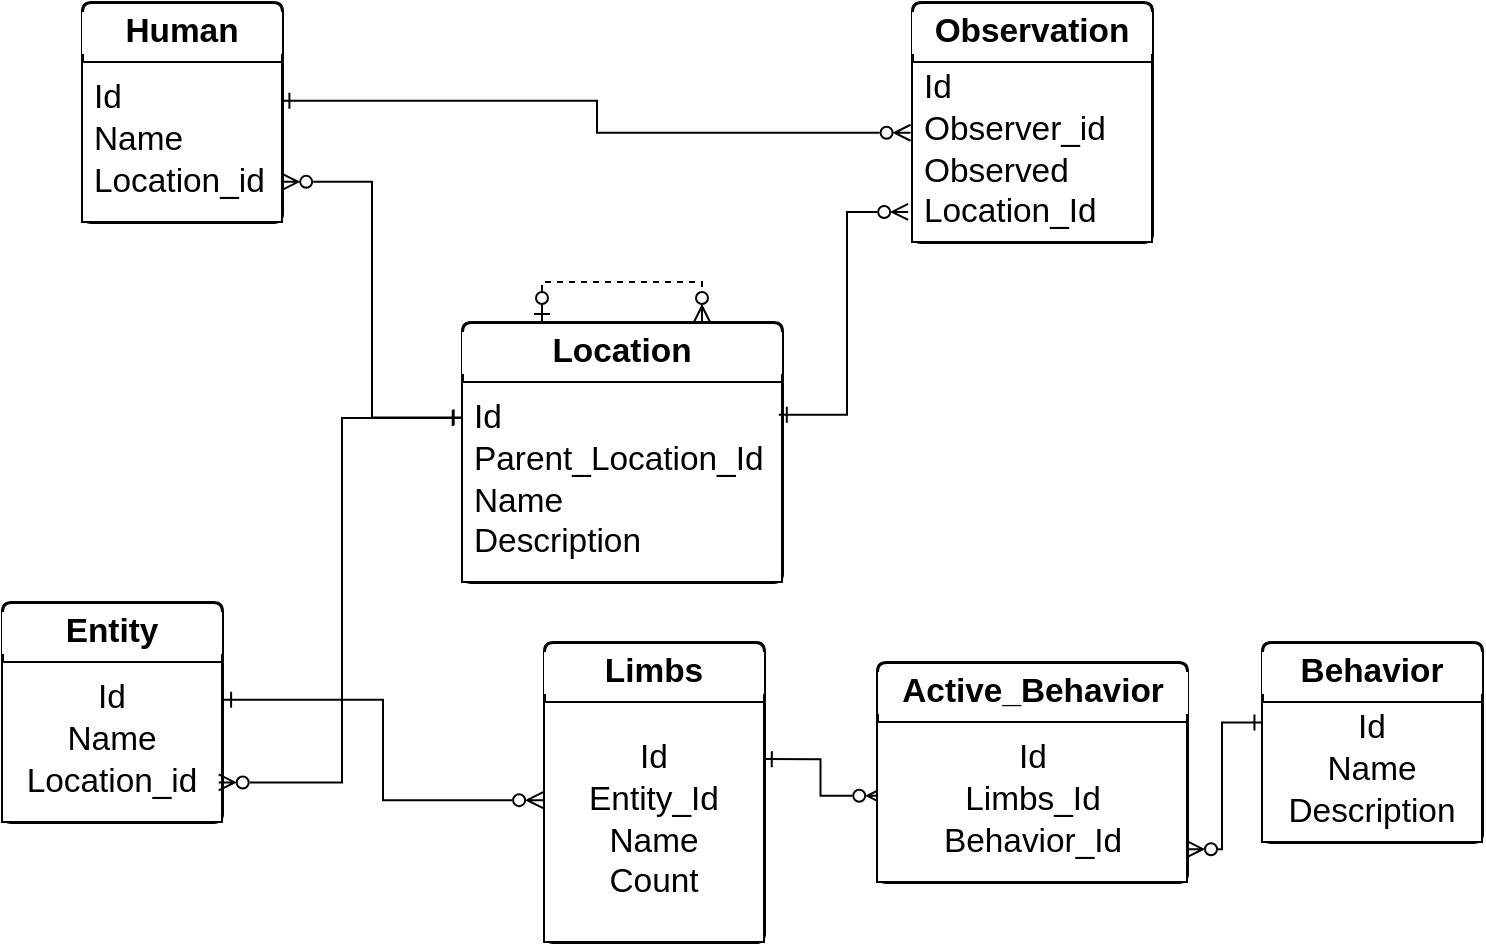
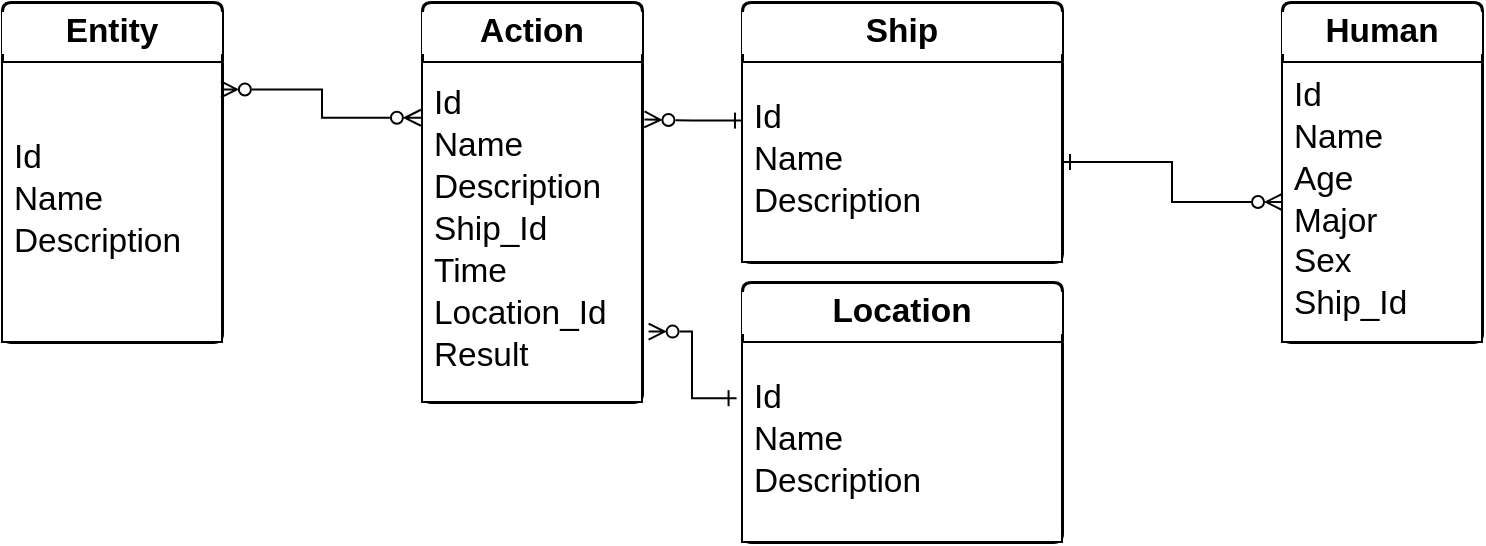
- <mxfile host="Electron" agent="Mozilla/5.0 (Windows NT 10.0; Win64; x64) AppleWebKit/537.36 (KHTML, like Gecko) draw.io/29.0.3 Chrome/140.0.7339.249 Electron/38.7.0 Safari/537.36" version="29.0.3">
+ <mxfile host="Electron" agent="Mozilla/5.0 (Windows NT 10.0; Win64; x64) AppleWebKit/537.36 (KHTML, like Gecko) draw.io/29.2.9 Chrome/140.0.7339.249 Electron/38.7.2 Safari/537.36" version="29.2.9">
  <diagram name="Страница-1" id="8GCiKMp58gubuejLVi_N">
-     <mxGraphModel dx="354" dy="691" grid="1" gridSize="10" guides="1" tooltips="1" connect="1" arrows="1" fold="1" page="1" pageScale="1" pageWidth="827" pageHeight="1169" math="0" shadow="0">
+     <mxGraphModel dx="925" dy="661" grid="1" gridSize="10" guides="1" tooltips="1" connect="1" arrows="1" fold="1" page="1" pageScale="1" pageWidth="827" pageHeight="1169" math="0" shadow="0">
      <root>
        <mxCell id="0" />
        <mxCell id="1" parent="0" />
-         <mxCell id="qf7KGY2JOOSaYyycN9dM-10" value="&lt;font style=&quot;&quot;&gt;&lt;span style=&quot;font-size: 16.7px;&quot;&gt;Location&lt;/span&gt;&lt;/font&gt;" style="html=1;overflow=block;blockSpacing=1;swimlane;childLayout=stackLayout;horizontal=1;horizontalStack=0;resizeParent=1;resizeParentMax=0;resizeLast=0;collapsible=0;marginBottom=0;swimlaneFillColor=#ffffff;startSize=30;whiteSpace=wrap;fontSize=16.7;fontStyle=1;align=center;spacing=0;strokeOpacity=100;fillOpacity=100;rounded=1;absoluteArcSize=1;arcSize=9;strokeWidth=1.5;fontColor=#000000;labelBackgroundColor=#FFFFFF;" parent="1" vertex="1">
-           <mxGeometry x="1090" y="279.9999999999999" width="160" height="130" as="geometry" />
+         <mxCell id="qf7KGY2JOOSaYyycN9dM-10" parent="1" style="html=1;overflow=block;blockSpacing=1;swimlane;childLayout=stackLayout;horizontal=1;horizontalStack=0;resizeParent=1;resizeParentMax=0;resizeLast=0;collapsible=0;marginBottom=0;swimlaneFillColor=#ffffff;startSize=30;whiteSpace=wrap;fontSize=16.7;fontStyle=1;align=center;spacing=0;strokeOpacity=100;fillOpacity=100;rounded=1;absoluteArcSize=1;arcSize=9;strokeWidth=1.5;fontColor=#000000;labelBackgroundColor=#FFFFFF;" value="&lt;font style=&quot;&quot;&gt;&lt;span style=&quot;font-size: 16.7px;&quot;&gt;Location&lt;/span&gt;&lt;/font&gt;" vertex="1">
+           <mxGeometry height="130" width="160" x="580" y="549.9999999999999" as="geometry" />
        </mxCell>
-         <mxCell id="qf7KGY2JOOSaYyycN9dM-11" value="&lt;div style=&quot;display: flex; justify-content: center; align-items: baseline; line-height: 1.25; margin-top: -2px;&quot;&gt;&lt;span style=&quot;font-size: 16.7px;&quot;&gt;Id&lt;br&gt;Parent_Location_Id&lt;br&gt;Name&lt;br&gt;Description&lt;/span&gt;&lt;/div&gt;" style="part=1;html=1;resizeHeight=0;align=left;verticalAlign=middle;spacingLeft=4;spacingRight=4;overflow=hidden;rotatable=0;points=[[0,0.5],[1,0.5]];portConstraint=eastwest;swimlaneFillColor=#ffffff;strokeOpacity=100;fillOpacity=100;whiteSpace=wrap;fontSize=16.7;fontColor=#000000;labelBackgroundColor=#FFFFFF;" parent="qf7KGY2JOOSaYyycN9dM-10" vertex="1">
-           <mxGeometry y="30" width="160" height="100" as="geometry" />
+         <mxCell id="qf7KGY2JOOSaYyycN9dM-11" parent="qf7KGY2JOOSaYyycN9dM-10" style="part=1;html=1;resizeHeight=0;align=left;verticalAlign=middle;spacingLeft=4;spacingRight=4;overflow=hidden;rotatable=0;points=[[0,0.5],[1,0.5]];portConstraint=eastwest;swimlaneFillColor=#ffffff;strokeOpacity=100;fillOpacity=100;whiteSpace=wrap;fontSize=16.7;fontColor=#000000;labelBackgroundColor=#FFFFFF;" value="&lt;div style=&quot;display: flex; justify-content: center; align-items: baseline; line-height: 1.25; margin-top: -2px;&quot;&gt;&lt;span style=&quot;font-size: 16.7px;&quot;&gt;Id&lt;br&gt;Name&lt;br&gt;Description&lt;/span&gt;&lt;/div&gt;" vertex="1">
+           <mxGeometry height="100" width="160" y="30" as="geometry" />
        </mxCell>
-         <mxCell id="qf7KGY2JOOSaYyycN9dM-12" value="&lt;span style=&quot;font-size: 16.7px;&quot;&gt;Entity&lt;/span&gt;" style="html=1;overflow=block;blockSpacing=1;swimlane;childLayout=stackLayout;horizontal=1;horizontalStack=0;resizeParent=1;resizeParentMax=0;resizeLast=0;collapsible=0;marginBottom=0;swimlaneFillColor=#ffffff;startSize=30;whiteSpace=wrap;fontSize=16.7;fontStyle=1;align=center;spacing=0;strokeOpacity=100;fillOpacity=100;rounded=1;absoluteArcSize=1;arcSize=9;strokeWidth=1.5;fontColor=#000000;labelBackgroundColor=#FFFFFF;" parent="1" vertex="1">
-           <mxGeometry x="860" y="419.9999999999999" width="110" height="110" as="geometry" />
+         <mxCell id="qf7KGY2JOOSaYyycN9dM-12" parent="1" style="html=1;overflow=block;blockSpacing=1;swimlane;childLayout=stackLayout;horizontal=1;horizontalStack=0;resizeParent=1;resizeParentMax=0;resizeLast=0;collapsible=0;marginBottom=0;swimlaneFillColor=#ffffff;startSize=30;whiteSpace=wrap;fontSize=16.7;fontStyle=1;align=center;spacing=0;strokeOpacity=100;fillOpacity=100;rounded=1;absoluteArcSize=1;arcSize=9;strokeWidth=1.5;fontColor=#000000;labelBackgroundColor=#FFFFFF;" value="&lt;span style=&quot;font-size: 16.7px;&quot;&gt;Entity&lt;/span&gt;" vertex="1">
+           <mxGeometry height="170" width="110" x="210" y="409.9999999999999" as="geometry" />
        </mxCell>
-         <mxCell id="qf7KGY2JOOSaYyycN9dM-13" value="&lt;div style=&quot;display: flex; justify-content: center; align-items: baseline; line-height: 1.25; margin-top: -2px;&quot;&gt;&lt;span style=&quot;font-size: 0px;&quot;&gt;&lt;span style=&quot;font-size: 16.7px;&quot;&gt;&lt;font style=&quot;&quot;&gt;Id&lt;br&gt;Name&lt;br&gt;Location_id&lt;/font&gt;&lt;/span&gt;&lt;/span&gt;&lt;/div&gt;" style="part=1;html=1;resizeHeight=0;align=center;verticalAlign=middle;spacingLeft=4;spacingRight=4;overflow=hidden;rotatable=0;points=[[0,0.5],[1,0.5]];portConstraint=eastwest;swimlaneFillColor=#ffffff;strokeOpacity=100;fillOpacity=100;whiteSpace=wrap;fontSize=16.7;fontColor=#000000;labelBackgroundColor=#FFFFFF;" parent="qf7KGY2JOOSaYyycN9dM-12" vertex="1">
-           <mxGeometry y="30" width="110" height="80" as="geometry" />
+         <mxCell id="qf7KGY2JOOSaYyycN9dM-13" parent="qf7KGY2JOOSaYyycN9dM-12" style="part=1;html=1;resizeHeight=0;align=left;verticalAlign=middle;spacingLeft=4;spacingRight=4;overflow=hidden;rotatable=0;points=[[0,0.5],[1,0.5]];portConstraint=eastwest;swimlaneFillColor=#ffffff;strokeOpacity=100;fillOpacity=100;whiteSpace=wrap;fontSize=16.7;fontColor=#000000;labelBackgroundColor=#FFFFFF;" value="&lt;div style=&quot;display: flex; justify-content: center; align-items: baseline; line-height: 1.25; margin-top: -2px;&quot;&gt;&lt;span style=&quot;font-size: 0px;&quot;&gt;&lt;span style=&quot;font-size: 16.7px;&quot;&gt;&lt;font style=&quot;&quot;&gt;Id&lt;br&gt;Name&lt;br&gt;Description&lt;br&gt;&lt;/font&gt;&lt;/span&gt;&lt;/span&gt;&lt;/div&gt;" vertex="1">
+           <mxGeometry height="140" width="110" y="30" as="geometry" />
        </mxCell>
-         <mxCell id="qf7KGY2JOOSaYyycN9dM-16" value="&lt;font style=&quot;&quot;&gt;&lt;span style=&quot;font-size: 16.7px;&quot;&gt;Observation&lt;/span&gt;&lt;/font&gt;" style="html=1;overflow=block;blockSpacing=1;swimlane;childLayout=stackLayout;horizontal=1;horizontalStack=0;resizeParent=1;resizeParentMax=0;resizeLast=0;collapsible=0;marginBottom=0;swimlaneFillColor=#ffffff;startSize=30;whiteSpace=wrap;fontSize=16.7;fontStyle=1;align=center;spacing=0;strokeOpacity=100;fillOpacity=100;rounded=1;absoluteArcSize=1;arcSize=9;strokeWidth=1.5;fontColor=#000000;labelBackgroundColor=#FFFFFF;" parent="1" vertex="1">
-           <mxGeometry x="1315" y="120" width="120" height="120" as="geometry" />
+         <mxCell id="qf7KGY2JOOSaYyycN9dM-18" parent="1" style="html=1;overflow=block;blockSpacing=1;swimlane;childLayout=stackLayout;horizontal=1;horizontalStack=0;resizeParent=1;resizeParentMax=0;resizeLast=0;collapsible=0;marginBottom=0;swimlaneFillColor=#ffffff;startSize=30;whiteSpace=wrap;fontSize=16.7;fontStyle=1;align=center;spacing=0;strokeOpacity=100;fillOpacity=100;rounded=1;absoluteArcSize=1;arcSize=9;strokeWidth=1.5;fontColor=#000000;labelBackgroundColor=#FFFFFF;" value="&lt;span style=&quot;font-size: 16.7px;&quot;&gt;Human&lt;/span&gt;" vertex="1">
+           <mxGeometry height="170" width="100" x="850" y="410" as="geometry" />
        </mxCell>
-         <mxCell id="qf7KGY2JOOSaYyycN9dM-17" value="&lt;div style=&quot;display: flex; justify-content: center; align-items: baseline; line-height: 1.25; margin-top: -2px;&quot;&gt;&lt;span style=&quot;font-size: 16.7px;&quot;&gt;Id&lt;br&gt;Observer_id&lt;br&gt;Observed&lt;br&gt;Location_Id&lt;/span&gt;&lt;/div&gt;" style="part=1;html=1;resizeHeight=0;align=left;verticalAlign=middle;spacingLeft=4;spacingRight=4;overflow=hidden;rotatable=0;points=[[0,0.5],[1,0.5]];portConstraint=eastwest;swimlaneFillColor=#ffffff;strokeOpacity=100;fillOpacity=100;whiteSpace=wrap;fontSize=16.7;fontColor=#000000;labelBackgroundColor=#FFFFFF;" parent="qf7KGY2JOOSaYyycN9dM-16" vertex="1">
-           <mxGeometry y="30" width="120" height="90" as="geometry" />
+         <mxCell id="qf7KGY2JOOSaYyycN9dM-19" parent="qf7KGY2JOOSaYyycN9dM-18" style="part=1;html=1;resizeHeight=0;align=left;verticalAlign=middle;spacingLeft=4;spacingRight=4;overflow=hidden;rotatable=0;points=[[0,0.5],[1,0.5]];portConstraint=eastwest;swimlaneFillColor=#ffffff;strokeOpacity=100;fillOpacity=100;whiteSpace=wrap;fontSize=16.7;fontColor=#000000;labelBackgroundColor=#FFFFFF;" value="&lt;div style=&quot;display: flex; justify-content: center; align-items: baseline; line-height: 1.25; margin-top: -2px;&quot;&gt;&lt;span style=&quot;font-size: 0px;&quot;&gt;&lt;span style=&quot;font-size: 16.7px;&quot;&gt;&lt;font style=&quot;&quot;&gt;Id&lt;br&gt;Name&lt;br&gt;Age&lt;br&gt;Major&lt;br&gt;Sex&lt;br&gt;Ship_Id&lt;br&gt;&lt;/font&gt;&lt;/span&gt;&lt;/span&gt;&lt;/div&gt;" vertex="1">
+           <mxGeometry height="140" width="100" y="30" as="geometry" />
        </mxCell>
-         <mxCell id="qf7KGY2JOOSaYyycN9dM-18" value="&lt;span style=&quot;font-size: 16.7px;&quot;&gt;Human&lt;/span&gt;" style="html=1;overflow=block;blockSpacing=1;swimlane;childLayout=stackLayout;horizontal=1;horizontalStack=0;resizeParent=1;resizeParentMax=0;resizeLast=0;collapsible=0;marginBottom=0;swimlaneFillColor=#ffffff;startSize=30;whiteSpace=wrap;fontSize=16.7;fontStyle=1;align=center;spacing=0;strokeOpacity=100;fillOpacity=100;rounded=1;absoluteArcSize=1;arcSize=9;strokeWidth=1.5;fontColor=#000000;labelBackgroundColor=#FFFFFF;" parent="1" vertex="1">
-           <mxGeometry x="900" y="120" width="100" height="110" as="geometry" />
+         <mxCell id="xLevBXpP2aPDaMtfGuZ--1" parent="1" style="html=1;overflow=block;blockSpacing=1;swimlane;childLayout=stackLayout;horizontal=1;horizontalStack=0;resizeParent=1;resizeParentMax=0;resizeLast=0;collapsible=0;marginBottom=0;swimlaneFillColor=#ffffff;startSize=30;whiteSpace=wrap;fontSize=16.7;fontStyle=1;align=center;spacing=0;strokeOpacity=100;fillOpacity=100;rounded=1;absoluteArcSize=1;arcSize=9;strokeWidth=1.5;fontColor=#000000;labelBackgroundColor=#FFFFFF;" value="&lt;span style=&quot;font-size: 16.7px;&quot;&gt;Action&lt;/span&gt;" vertex="1">
+           <mxGeometry height="200" width="110" x="420" y="410" as="geometry" />
        </mxCell>
-         <mxCell id="qf7KGY2JOOSaYyycN9dM-19" value="&lt;div style=&quot;display: flex; justify-content: center; align-items: baseline; line-height: 1.25; margin-top: -2px;&quot;&gt;&lt;span style=&quot;font-size: 0px;&quot;&gt;&lt;span style=&quot;font-size: 16.7px;&quot;&gt;&lt;font style=&quot;&quot;&gt;Id&lt;br&gt;Name&lt;br&gt;Location_id&lt;/font&gt;&lt;/span&gt;&lt;/span&gt;&lt;/div&gt;" style="part=1;html=1;resizeHeight=0;align=left;verticalAlign=middle;spacingLeft=4;spacingRight=4;overflow=hidden;rotatable=0;points=[[0,0.5],[1,0.5]];portConstraint=eastwest;swimlaneFillColor=#ffffff;strokeOpacity=100;fillOpacity=100;whiteSpace=wrap;fontSize=16.7;fontColor=#000000;labelBackgroundColor=#FFFFFF;" parent="qf7KGY2JOOSaYyycN9dM-18" vertex="1">
-           <mxGeometry y="30" width="100" height="80" as="geometry" />
+         <mxCell id="xLevBXpP2aPDaMtfGuZ--2" parent="xLevBXpP2aPDaMtfGuZ--1" style="part=1;html=1;resizeHeight=0;align=left;verticalAlign=middle;spacingLeft=4;spacingRight=4;overflow=hidden;rotatable=0;points=[[0,0.5],[1,0.5]];portConstraint=eastwest;swimlaneFillColor=#ffffff;strokeOpacity=100;fillOpacity=100;whiteSpace=wrap;fontSize=16.7;fontColor=#000000;labelBackgroundColor=#FFFFFF;" value="&lt;div style=&quot;display: flex; justify-content: center; align-items: baseline; line-height: 1.25; margin-top: -2px;&quot;&gt;&lt;span style=&quot;font-size: 16.7px;&quot;&gt;Id&lt;br&gt;Name&lt;br&gt;Description&lt;br&gt;Ship_Id&lt;br&gt;Time&lt;br&gt;Location_Id&lt;br&gt;Result&lt;/span&gt;&lt;/div&gt;" vertex="1">
+           <mxGeometry height="170" width="110" y="30" as="geometry" />
        </mxCell>
-         <mxCell id="qf7KGY2JOOSaYyycN9dM-29" value="&lt;span style=&quot;font-size: 16.7px;&quot;&gt;Limbs&lt;/span&gt;" style="html=1;overflow=block;blockSpacing=1;swimlane;childLayout=stackLayout;horizontal=1;horizontalStack=0;resizeParent=1;resizeParentMax=0;resizeLast=0;collapsible=0;marginBottom=0;swimlaneFillColor=#ffffff;startSize=30;whiteSpace=wrap;fontSize=16.7;fontStyle=1;align=center;spacing=0;strokeOpacity=100;fillOpacity=100;rounded=1;absoluteArcSize=1;arcSize=9;strokeWidth=1.5;fontColor=#000000;labelBackgroundColor=#FFFFFF;" parent="1" vertex="1">
-           <mxGeometry x="1131" y="440" width="110" height="150" as="geometry" />
-         </mxCell>
-         <mxCell id="qf7KGY2JOOSaYyycN9dM-30" value="&lt;div style=&quot;display: flex; justify-content: center; align-items: baseline; line-height: 1.25; margin-top: -2px;&quot;&gt;&lt;span style=&quot;font-size: 0px;&quot;&gt;&lt;span style=&quot;font-size: 16.7px;&quot;&gt;&lt;font style=&quot;&quot;&gt;Id&lt;br&gt;Entity_Id&lt;br&gt;Name&lt;br&gt;Count&lt;br&gt;&lt;/font&gt;&lt;/span&gt;&lt;/span&gt;&lt;/div&gt;" style="part=1;html=1;resizeHeight=0;align=center;verticalAlign=middle;spacingLeft=4;spacingRight=4;overflow=hidden;rotatable=0;points=[[0,0.5],[1,0.5]];portConstraint=eastwest;swimlaneFillColor=#ffffff;strokeOpacity=100;fillOpacity=100;whiteSpace=wrap;fontSize=16.7;fontColor=#000000;labelBackgroundColor=#FFFFFF;" parent="qf7KGY2JOOSaYyycN9dM-29" vertex="1">
-           <mxGeometry y="30" width="110" height="120" as="geometry" />
-         </mxCell>
-         <mxCell id="qf7KGY2JOOSaYyycN9dM-33" value="&lt;span style=&quot;font-size: 16.7px;&quot;&gt;Behavior&lt;/span&gt;" style="html=1;overflow=block;blockSpacing=1;swimlane;childLayout=stackLayout;horizontal=1;horizontalStack=0;resizeParent=1;resizeParentMax=0;resizeLast=0;collapsible=0;marginBottom=0;swimlaneFillColor=#ffffff;startSize=30;whiteSpace=wrap;fontSize=16.7;fontStyle=1;align=center;spacing=0;strokeOpacity=100;fillOpacity=100;rounded=1;absoluteArcSize=1;arcSize=9;strokeWidth=1.5;fontColor=#000000;labelBackgroundColor=#FFFFFF;" parent="1" vertex="1">
-           <mxGeometry x="1490" y="440" width="110" height="100" as="geometry" />
-         </mxCell>
-         <mxCell id="qf7KGY2JOOSaYyycN9dM-34" value="&lt;div style=&quot;display: flex; justify-content: center; align-items: baseline; line-height: 1.25; margin-top: -2px;&quot;&gt;&lt;span style=&quot;font-size: 0px;&quot;&gt;&lt;span style=&quot;font-size: 16.7px;&quot;&gt;&lt;font style=&quot;&quot;&gt;Id&lt;br&gt;Name&lt;br&gt;Description&lt;/font&gt;&lt;/span&gt;&lt;/span&gt;&lt;/div&gt;" style="part=1;html=1;resizeHeight=0;align=center;verticalAlign=middle;spacingLeft=4;spacingRight=4;overflow=hidden;rotatable=0;points=[[0,0.5],[1,0.5]];portConstraint=eastwest;swimlaneFillColor=#ffffff;strokeOpacity=100;fillOpacity=100;whiteSpace=wrap;fontSize=16.7;fontColor=#000000;labelBackgroundColor=#FFFFFF;" parent="qf7KGY2JOOSaYyycN9dM-33" vertex="1">
-           <mxGeometry y="30" width="110" height="70" as="geometry" />
-         </mxCell>
-         <mxCell id="qf7KGY2JOOSaYyycN9dM-36" style="edgeStyle=orthogonalEdgeStyle;rounded=0;orthogonalLoop=1;jettySize=auto;html=1;startArrow=ERone;startFill=0;endArrow=ERzeroToMany;endFill=0;exitX=0.997;exitY=0.242;exitDx=0;exitDy=0;exitPerimeter=0;entryX=-0.006;entryY=0.393;entryDx=0;entryDy=0;entryPerimeter=0;" parent="1" source="qf7KGY2JOOSaYyycN9dM-19" target="qf7KGY2JOOSaYyycN9dM-17" edge="1">
+         <mxCell id="xLevBXpP2aPDaMtfGuZ--6" edge="1" parent="1" source="xLevBXpP2aPDaMtfGuZ--2" style="edgeStyle=orthogonalEdgeStyle;rounded=0;orthogonalLoop=1;jettySize=auto;html=1;entryX=0.995;entryY=0.098;entryDx=0;entryDy=0;endArrow=ERzeroToMany;endFill=0;startArrow=ERzeroToMany;startFill=0;exitX=-0.005;exitY=0.164;exitDx=0;exitDy=0;exitPerimeter=0;entryPerimeter=0;" target="qf7KGY2JOOSaYyycN9dM-13">
          <mxGeometry relative="1" as="geometry">
-             <mxPoint x="1120" y="230" as="targetPoint" />
+             <mxPoint x="680" y="630" as="sourcePoint" />
+             <mxPoint x="698.4300000000001" y="536.04" as="targetPoint" />
          </mxGeometry>
        </mxCell>
-         <mxCell id="qf7KGY2JOOSaYyycN9dM-37" style="edgeStyle=orthogonalEdgeStyle;rounded=0;orthogonalLoop=1;jettySize=auto;html=1;startArrow=ERone;startFill=0;endArrow=ERzeroToMany;endFill=0;exitX=0.99;exitY=0.164;exitDx=0;exitDy=0;exitPerimeter=0;entryX=-0.016;entryY=0.833;entryDx=0;entryDy=0;entryPerimeter=0;" parent="1" source="qf7KGY2JOOSaYyycN9dM-11" target="qf7KGY2JOOSaYyycN9dM-17" edge="1">
+         <mxCell id="xLevBXpP2aPDaMtfGuZ--8" parent="1" style="html=1;overflow=block;blockSpacing=1;swimlane;childLayout=stackLayout;horizontal=1;horizontalStack=0;resizeParent=1;resizeParentMax=0;resizeLast=0;collapsible=0;marginBottom=0;swimlaneFillColor=#ffffff;startSize=30;whiteSpace=wrap;fontSize=16.7;fontStyle=1;align=center;spacing=0;strokeOpacity=100;fillOpacity=100;rounded=1;absoluteArcSize=1;arcSize=9;strokeWidth=1.5;fontColor=#000000;labelBackgroundColor=#FFFFFF;" value="&lt;font style=&quot;&quot;&gt;&lt;span style=&quot;font-size: 16.7px;&quot;&gt;Ship&lt;/span&gt;&lt;/font&gt;" vertex="1">
+           <mxGeometry height="130" width="160" x="580" y="410" as="geometry" />
+         </mxCell>
+         <mxCell id="xLevBXpP2aPDaMtfGuZ--9" parent="xLevBXpP2aPDaMtfGuZ--8" style="part=1;html=1;resizeHeight=0;align=left;verticalAlign=middle;spacingLeft=4;spacingRight=4;overflow=hidden;rotatable=0;points=[[0,0.5],[1,0.5]];portConstraint=eastwest;swimlaneFillColor=#ffffff;strokeOpacity=100;fillOpacity=100;whiteSpace=wrap;fontSize=16.7;fontColor=#000000;labelBackgroundColor=#FFFFFF;" value="&lt;div style=&quot;display: flex; justify-content: center; align-items: baseline; line-height: 1.25; margin-top: -2px;&quot;&gt;&lt;span style=&quot;font-size: 16.7px;&quot;&gt;Id&lt;br&gt;Name&lt;br&gt;Description&lt;br&gt;&lt;/span&gt;&lt;/div&gt;" vertex="1">
+           <mxGeometry height="100" width="160" y="30" as="geometry" />
+         </mxCell>
+         <mxCell id="xLevBXpP2aPDaMtfGuZ--11" edge="1" parent="1" source="xLevBXpP2aPDaMtfGuZ--9" style="edgeStyle=orthogonalEdgeStyle;rounded=0;orthogonalLoop=1;jettySize=auto;html=1;entryX=1.011;entryY=0.169;entryDx=0;entryDy=0;entryPerimeter=0;endArrow=ERzeroToMany;endFill=0;startArrow=ERone;startFill=0;exitX=0.003;exitY=0.293;exitDx=0;exitDy=0;exitPerimeter=0;" target="xLevBXpP2aPDaMtfGuZ--2">
          <mxGeometry relative="1" as="geometry">
-             <mxPoint x="1250" y="324" as="sourcePoint" />
-             <mxPoint x="1564" y="340" as="targetPoint" />
+             <mxPoint x="560" y="170" as="sourcePoint" />
+             <mxPoint x="521" y="252" as="targetPoint" />
          </mxGeometry>
        </mxCell>
-         <mxCell id="qf7KGY2JOOSaYyycN9dM-39" style="edgeStyle=orthogonalEdgeStyle;rounded=0;orthogonalLoop=1;jettySize=auto;html=1;entryX=1.001;entryY=0.749;entryDx=0;entryDy=0;entryPerimeter=0;endArrow=ERzeroToMany;endFill=0;startArrow=ERone;startFill=0;exitX=-0.001;exitY=0.177;exitDx=0;exitDy=0;exitPerimeter=0;" parent="1" source="qf7KGY2JOOSaYyycN9dM-11" target="qf7KGY2JOOSaYyycN9dM-19" edge="1">
-           <mxGeometry relative="1" as="geometry" />
-         </mxCell>
-         <mxCell id="qf7KGY2JOOSaYyycN9dM-40" style="edgeStyle=orthogonalEdgeStyle;rounded=0;orthogonalLoop=1;jettySize=auto;html=1;entryX=0.985;entryY=0.753;entryDx=0;entryDy=0;entryPerimeter=0;endArrow=ERzeroToMany;endFill=0;startArrow=ERone;startFill=0;exitX=-0.004;exitY=0.18;exitDx=0;exitDy=0;exitPerimeter=0;" parent="1" source="qf7KGY2JOOSaYyycN9dM-11" target="qf7KGY2JOOSaYyycN9dM-13" edge="1">
+         <mxCell id="xLevBXpP2aPDaMtfGuZ--15" edge="1" parent="1" source="qf7KGY2JOOSaYyycN9dM-11" style="edgeStyle=orthogonalEdgeStyle;rounded=0;orthogonalLoop=1;jettySize=auto;html=1;entryX=1.03;entryY=0.793;entryDx=0;entryDy=0;entryPerimeter=0;endArrow=ERzeroToMany;endFill=0;startArrow=ERone;startFill=0;exitX=-0.017;exitY=0.281;exitDx=0;exitDy=0;exitPerimeter=0;" target="xLevBXpP2aPDaMtfGuZ--2">
          <mxGeometry relative="1" as="geometry">
-             <mxPoint x="1120" y="478" as="sourcePoint" />
-             <mxPoint x="1030" y="360" as="targetPoint" />
+             <mxPoint x="656" y="680" as="sourcePoint" />
+             <mxPoint x="520" y="680" as="targetPoint" />
          </mxGeometry>
        </mxCell>
-         <mxCell id="qf7KGY2JOOSaYyycN9dM-41" style="edgeStyle=orthogonalEdgeStyle;rounded=0;orthogonalLoop=1;jettySize=auto;html=1;startArrow=ERone;startFill=0;endArrow=ERzeroToMany;endFill=0;exitX=1.005;exitY=0.236;exitDx=0;exitDy=0;exitPerimeter=0;entryX=-0.004;entryY=0.409;entryDx=0;entryDy=0;entryPerimeter=0;" parent="1" source="qf7KGY2JOOSaYyycN9dM-13" target="qf7KGY2JOOSaYyycN9dM-30" edge="1">
-           <mxGeometry relative="1" as="geometry">
-             <mxPoint x="1020" y="641" as="sourcePoint" />
-             <mxPoint x="1085" y="540" as="targetPoint" />
-           </mxGeometry>
-         </mxCell>
-         <mxCell id="qf7KGY2JOOSaYyycN9dM-42" style="edgeStyle=orthogonalEdgeStyle;rounded=0;orthogonalLoop=1;jettySize=auto;html=1;entryX=0.999;entryY=0.238;entryDx=0;entryDy=0;entryPerimeter=0;startArrow=ERzeroToMany;startFill=0;endArrow=ERone;endFill=0;exitX=0.02;exitY=0.461;exitDx=0;exitDy=0;exitPerimeter=0;" parent="1" source="ZFi95WaAzyu5OYo0_tkp-2" target="qf7KGY2JOOSaYyycN9dM-30" edge="1">
+         <mxCell id="xLevBXpP2aPDaMtfGuZ--16" edge="1" parent="1" source="xLevBXpP2aPDaMtfGuZ--9" style="edgeStyle=orthogonalEdgeStyle;rounded=0;orthogonalLoop=1;jettySize=auto;html=1;entryX=0;entryY=0.5;entryDx=0;entryDy=0;startArrow=ERone;startFill=0;endArrow=ERzeroToMany;endFill=0;" target="qf7KGY2JOOSaYyycN9dM-19">
          <mxGeometry relative="1" as="geometry" />
-         </mxCell>
-         <mxCell id="ZFi95WaAzyu5OYo0_tkp-1" value="&lt;span style=&quot;font-size: 16.7px;&quot;&gt;Active_Behavior&lt;/span&gt;" style="html=1;overflow=block;blockSpacing=1;swimlane;childLayout=stackLayout;horizontal=1;horizontalStack=0;resizeParent=1;resizeParentMax=0;resizeLast=0;collapsible=0;marginBottom=0;swimlaneFillColor=#ffffff;startSize=30;whiteSpace=wrap;fontSize=16.7;fontStyle=1;align=center;spacing=0;strokeOpacity=100;fillOpacity=100;rounded=1;absoluteArcSize=1;arcSize=9;strokeWidth=1.5;fontColor=#000000;labelBackgroundColor=#FFFFFF;" parent="1" vertex="1">
-           <mxGeometry x="1297.5" y="450" width="155" height="110" as="geometry" />
-         </mxCell>
-         <mxCell id="ZFi95WaAzyu5OYo0_tkp-2" value="&lt;div style=&quot;display: flex; justify-content: center; align-items: baseline; line-height: 1.25; margin-top: -2px;&quot;&gt;&lt;span style=&quot;font-size: 0px;&quot;&gt;&lt;span style=&quot;font-size: 16.7px;&quot;&gt;&lt;font style=&quot;&quot;&gt;Id&lt;br&gt;Limbs_Id&lt;br&gt;Behavior_Id&lt;br&gt;&lt;/font&gt;&lt;/span&gt;&lt;/span&gt;&lt;/div&gt;" style="part=1;html=1;resizeHeight=0;align=center;verticalAlign=middle;spacingLeft=4;spacingRight=4;overflow=hidden;rotatable=0;points=[[0,0.5],[1,0.5]];portConstraint=eastwest;swimlaneFillColor=#ffffff;strokeOpacity=100;fillOpacity=100;whiteSpace=wrap;fontSize=16.7;fontColor=#000000;labelBackgroundColor=#FFFFFF;" parent="ZFi95WaAzyu5OYo0_tkp-1" vertex="1">
-           <mxGeometry y="30" width="155" height="80" as="geometry" />
-         </mxCell>
-         <mxCell id="ZFi95WaAzyu5OYo0_tkp-3" style="edgeStyle=orthogonalEdgeStyle;rounded=0;orthogonalLoop=1;jettySize=auto;html=1;entryX=1;entryY=0.795;entryDx=0;entryDy=0;entryPerimeter=0;endArrow=ERzeroToMany;endFill=0;startArrow=ERone;startFill=0;exitX=0.002;exitY=0.146;exitDx=0;exitDy=0;exitPerimeter=0;" parent="1" source="qf7KGY2JOOSaYyycN9dM-34" target="ZFi95WaAzyu5OYo0_tkp-2" edge="1">
-           <mxGeometry relative="1" as="geometry">
-             <mxPoint x="1501" y="640" as="sourcePoint" />
-             <mxPoint x="1380" y="822" as="targetPoint" />
-           </mxGeometry>
-         </mxCell>
-         <mxCell id="CjpC0p71b2-d3f1CFPzb-1" style="edgeStyle=orthogonalEdgeStyle;rounded=0;orthogonalLoop=1;jettySize=auto;html=1;dashed=1;strokeWidth=1;exitX=0.25;exitY=0;exitDx=0;exitDy=0;startArrow=ERzeroToOne;startFill=0;endArrow=ERzeroToMany;endFill=0;entryX=0.75;entryY=0;entryDx=0;entryDy=0;" parent="1" source="qf7KGY2JOOSaYyycN9dM-10" target="qf7KGY2JOOSaYyycN9dM-10" edge="1">
-           <mxGeometry relative="1" as="geometry">
-             <mxPoint x="1112.5" y="280" as="sourcePoint" />
-             <mxPoint x="1140" y="210" as="targetPoint" />
-             <Array as="points">
-               <mxPoint x="1130" y="260" />
-               <mxPoint x="1210" y="260" />
-             </Array>
-           </mxGeometry>
        </mxCell>
      </root>
    </mxGraphModel>
  </diagram>
</mxfile>
